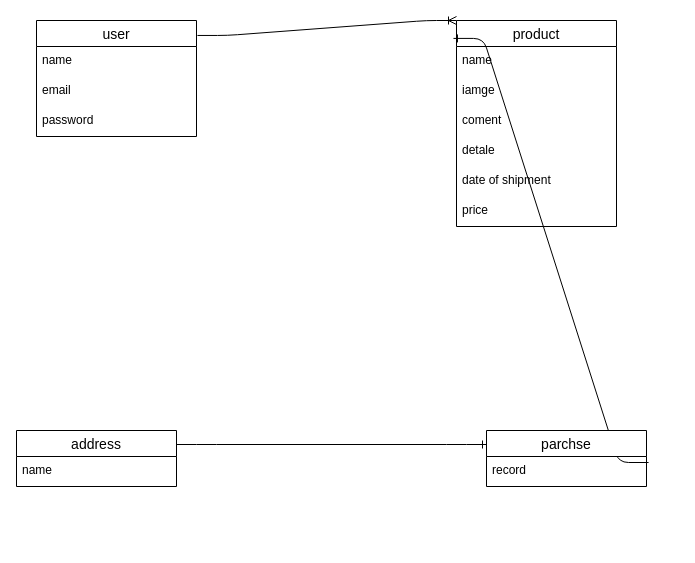
Earlier version of the draw.io diagram test.dio (hiroki1600/furima--28131-). Source tidied: cells renumbered, new cells numbered last; positions are measured from the earlier drawing's top-left corner, leaving out a move shared by most shapes. Both pictures are drawn from the tidied source at 100%, with x=0, y=0 at pixel (16, 20).
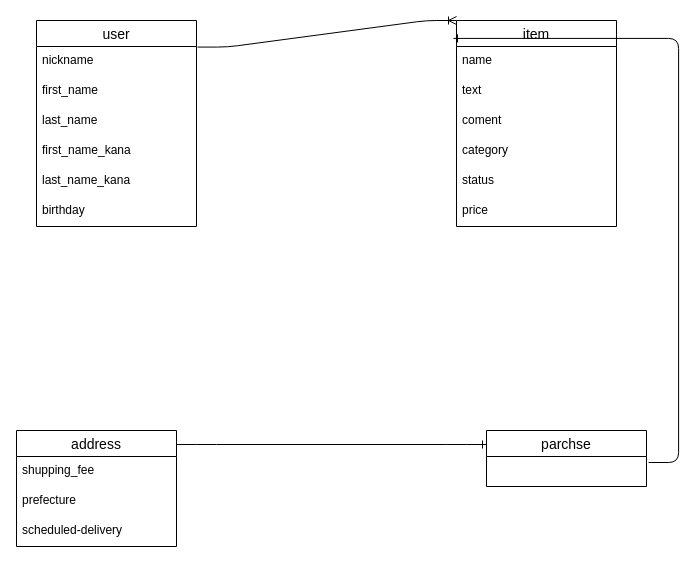
Above is the later version.

Commit message (it also covers changes not shown here):
カラム修正2

The change refers to these unchanged cells:
```xml
<mxCell id="11" value="parchse" style="swimlane;fontStyle=0;horizontal=1;startSize=26;align=center;fontSize=14;" parent="1" vertex="1">
  <mxGeometry x="470" y="410" width="160" height="56" as="geometry" />
</mxCell>
```

Diff of the diagram source:
```diff
@@
-    <mxCell id="3" value="product" style="swimlane;fontStyle=0;horizontal=1;startSize=26;align=center;fontSize=14;" parent="1" vertex="1">
+    <mxCell id="3" value="item" style="swimlane;fontStyle=0;horizontal=1;startSize=26;align=center;fontSize=14;" parent="1" vertex="1">
       <mxGeometry x="440" width="160" height="206" as="geometry" />
     </mxCell>
@@
-    <mxCell id="5" value="iamge" style="text;strokeColor=none;fillColor=none;spacingLeft=4;spacingRight=4;overflow=hidden;fontSize=12;" parent="3" vertex="1">
+    <mxCell id="5" value="text" style="text;strokeColor=none;fillColor=none;spacingLeft=4;spacingRight=4;overflow=hidden;fontSize=12;" parent="3" vertex="1">
       <mxGeometry y="56" width="160" height="30" as="geometry" />
     </mxCell>
@@
-    <mxCell id="7" value="detale" style="text;strokeColor=none;fillColor=none;spacingLeft=4;spacingRight=4;overflow=hidden;fontSize=12;" parent="3" vertex="1">
+    <mxCell id="7" value="category" style="text;strokeColor=none;fillColor=none;spacingLeft=4;spacingRight=4;overflow=hidden;fontSize=12;" parent="3" vertex="1">
       <mxGeometry y="116" width="160" height="30" as="geometry" />
     </mxCell>
-    <mxCell id="8" value="date of shipment" style="text;strokeColor=none;fillColor=none;spacingLeft=4;spacingRight=4;overflow=hidden;fontSize=12;" parent="3" vertex="1">
+    <mxCell id="8" value="status" style="text;strokeColor=none;fillColor=none;spacingLeft=4;spacingRight=4;overflow=hidden;fontSize=12;" parent="3" vertex="1">
       <mxGeometry y="146" width="160" height="30" as="geometry" />
     </mxCell>
@@
-    <mxCell id="10" style="edgeStyle=entityRelationEdgeStyle;fontSize=12;html=1;endArrow=ERone;endFill=1;exitX=1.013;exitY=0.2;exitDx=0;exitDy=0;exitPerimeter=0;entryX=-0.019;entryY=0.087;entryDx=0;entryDy=0;entryPerimeter=0;" parent="1" edge="1" source="12" target="3">
-      <mxGeometry relative="1" as="geometry" />
+    <mxCell id="10" style="edgeStyle=entityRelationEdgeStyle;fontSize=12;html=1;endArrow=ERone;endFill=1;exitX=1.013;exitY=0.2;exitDx=0;exitDy=0;exitPerimeter=0;entryX=-0.019;entryY=0.087;entryDx=0;entryDy=0;entryPerimeter=0;" parent="1" edge="1" target="3">
+      <mxGeometry relative="1" as="geometry">
+        <mxPoint x="632.1" y="442" as="sourcePoint" />
+      </mxGeometry>
     </mxCell>
@@
-    <mxCell id="12" value="record" style="text;strokeColor=none;fillColor=none;spacingLeft=4;spacingRight=4;overflow=hidden;points=[[0,0.5],[1,0.5]];portConstraint=eastwest;fontSize=12;" parent="11" vertex="1">
-      <mxGeometry y="26" width="160" height="30" as="geometry" />
-    </mxCell>
-    <mxCell id="13" style="edgeStyle=entityRelationEdgeStyle;fontSize=12;html=1;endArrow=ERone;endFill=1;exitX=1;exitY=0.25;exitDx=0;exitDy=0;entryX=0;entryY=0.25;entryDx=0;entryDy=0;" parent="1" edge="1" source="18" target="11">
-      <mxGeometry relative="1" as="geometry" />
+    <mxCell id="13" style="edgeStyle=entityRelationEdgeStyle;fontSize=12;html=1;endArrow=ERone;endFill=1;exitX=1;exitY=0.25;exitDx=0;exitDy=0;entryX=0;entryY=0.25;entryDx=0;entryDy=0;" parent="1" edge="1" target="11">
+      <mxGeometry relative="1" as="geometry">
+        <mxPoint x="160" y="424" as="sourcePoint" />
+      </mxGeometry>
     </mxCell>
     <mxCell id="14" value="user" style="swimlane;fontStyle=0;horizontal=1;startSize=26;align=center;fontSize=14;" parent="1" vertex="1">
-      <mxGeometry x="20" width="160" height="116" as="geometry" />
+      <mxGeometry x="20" width="160" height="206" as="geometry" />
     </mxCell>
-    <mxCell id="15" value="name" style="text;strokeColor=none;fillColor=none;spacingLeft=4;spacingRight=4;overflow=hidden;fontSize=12;" parent="14" vertex="1">
+    <mxCell id="15" value="nickname" style="text;strokeColor=none;fillColor=none;spacingLeft=4;spacingRight=4;overflow=hidden;fontSize=12;" parent="14" vertex="1">
       <mxGeometry y="26" width="160" height="30" as="geometry" />
     </mxCell>
-    <mxCell id="16" value="email" style="text;strokeColor=none;fillColor=none;spacingLeft=4;spacingRight=4;overflow=hidden;fontSize=12;" parent="14" vertex="1">
-      <mxGeometry y="56" width="160" height="30" as="geometry" />
-    </mxCell>
-    <mxCell id="17" value="password" style="text;strokeColor=none;fillColor=none;spacingLeft=4;spacingRight=4;overflow=hidden;fontSize=12;" parent="14" vertex="1">
-      <mxGeometry y="86" width="160" height="30" as="geometry" />
+    <mxCell id="17" value="first_name" style="text;strokeColor=none;fillColor=none;spacingLeft=4;spacingRight=4;overflow=hidden;fontSize=12;" parent="14" vertex="1">
+      <mxGeometry y="56" width="160" height="30" as="geometry" />
     </mxCell>
+    <mxCell id="20" value="last_name" style="text;strokeColor=none;fillColor=none;spacingLeft=4;spacingRight=4;overflow=hidden;fontSize=12;" parent="14" vertex="1">
+      <mxGeometry y="86" width="160" height="30" as="geometry" />
+    </mxCell>
+    <mxCell id="21" value="first_name_kana" style="text;strokeColor=none;fillColor=none;spacingLeft=4;spacingRight=4;overflow=hidden;fontSize=12;" parent="14" vertex="1">
+      <mxGeometry y="116" width="160" height="30" as="geometry" />
+    </mxCell>
+    <mxCell id="22" value="last_name_kana" style="text;strokeColor=none;fillColor=none;spacingLeft=4;spacingRight=4;overflow=hidden;fontSize=12;" parent="14" vertex="1">
+      <mxGeometry y="146" width="160" height="30" as="geometry" />
+    </mxCell>
+    <mxCell id="23" value="birthday" style="text;strokeColor=none;fillColor=none;spacingLeft=4;spacingRight=4;overflow=hidden;fontSize=12;" parent="14" vertex="1">
+      <mxGeometry y="176" width="160" height="30" as="geometry" />
+    </mxCell>
     <mxCell id="18" value="address" style="swimlane;fontStyle=0;horizontal=1;startSize=26;align=center;fontSize=14;" parent="1" vertex="1">
-      <mxGeometry y="410" width="160" height="56" as="geometry" />
+      <mxGeometry y="410" width="160" height="116" as="geometry" />
     </mxCell>
-    <mxCell id="19" value="name" style="text;strokeColor=none;fillColor=none;spacingLeft=4;spacingRight=4;overflow=hidden;fontSize=12;" parent="18" vertex="1">
-      <mxGeometry y="26" width="160" height="30" as="geometry" />
-    </mxCell>
+    <mxCell id="24" value="shupping_fee" style="text;strokeColor=none;fillColor=none;spacingLeft=4;spacingRight=4;overflow=hidden;fontSize=12;" parent="18" vertex="1">
+      <mxGeometry y="26" width="160" height="30" as="geometry" />
+    </mxCell>
+    <mxCell id="25" value="prefecture" style="text;strokeColor=none;fillColor=none;spacingLeft=4;spacingRight=4;overflow=hidden;fontSize=12;" parent="18" vertex="1">
+      <mxGeometry y="56" width="160" height="30" as="geometry" />
+    </mxCell>
+    <mxCell id="26" value="scheduled-delivery" style="text;strokeColor=none;fillColor=none;spacingLeft=4;spacingRight=4;overflow=hidden;fontSize=12;" parent="18" vertex="1">
+      <mxGeometry y="86" width="160" height="30" as="geometry" />
+    </mxCell>
```
